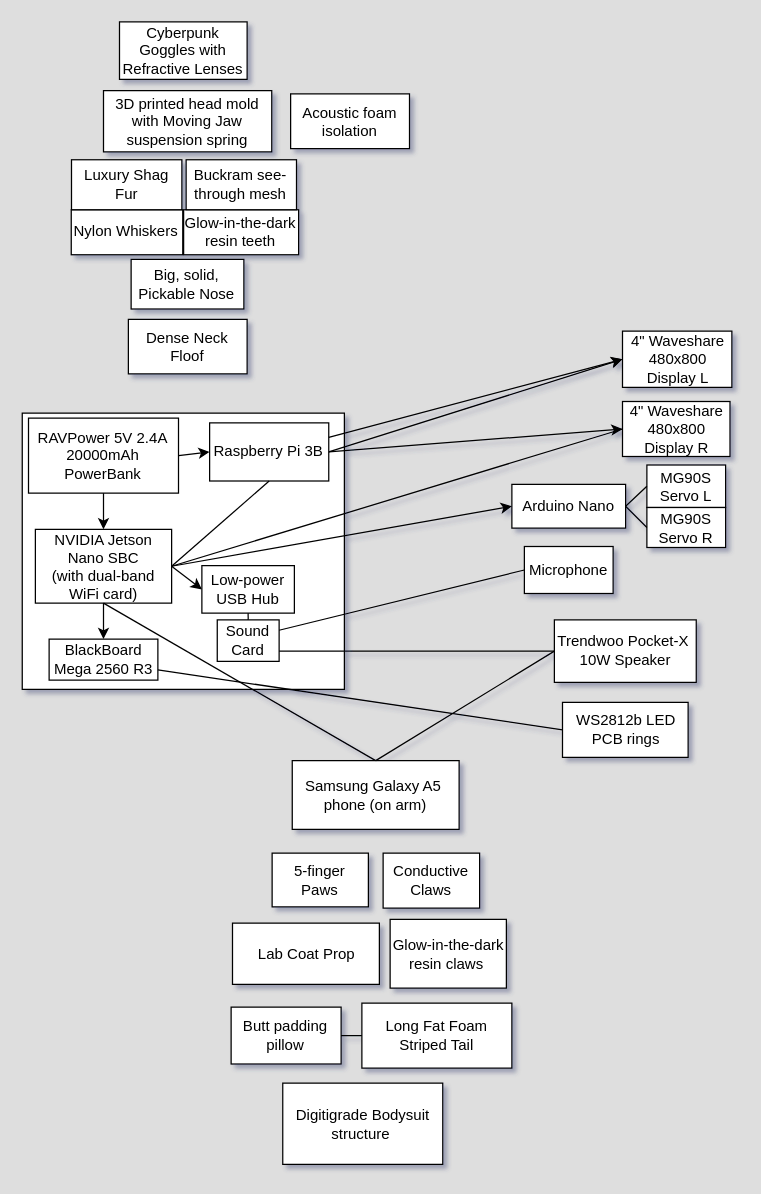
MekhyW/BOSS-Electronic_Fursuit keeps this draw.io diagram as Suit Concept/Basic hardware flowchart.drawio. Above is the earlier version. Source tidied: cells renumbered, new cells numbered last; positions are measured from the earlier drawing's top-left corner, leaving out a move shared by most shapes. Both pictures are drawn from the tidied source at 125%, with x=0, y=0 at pixel (21, 21).
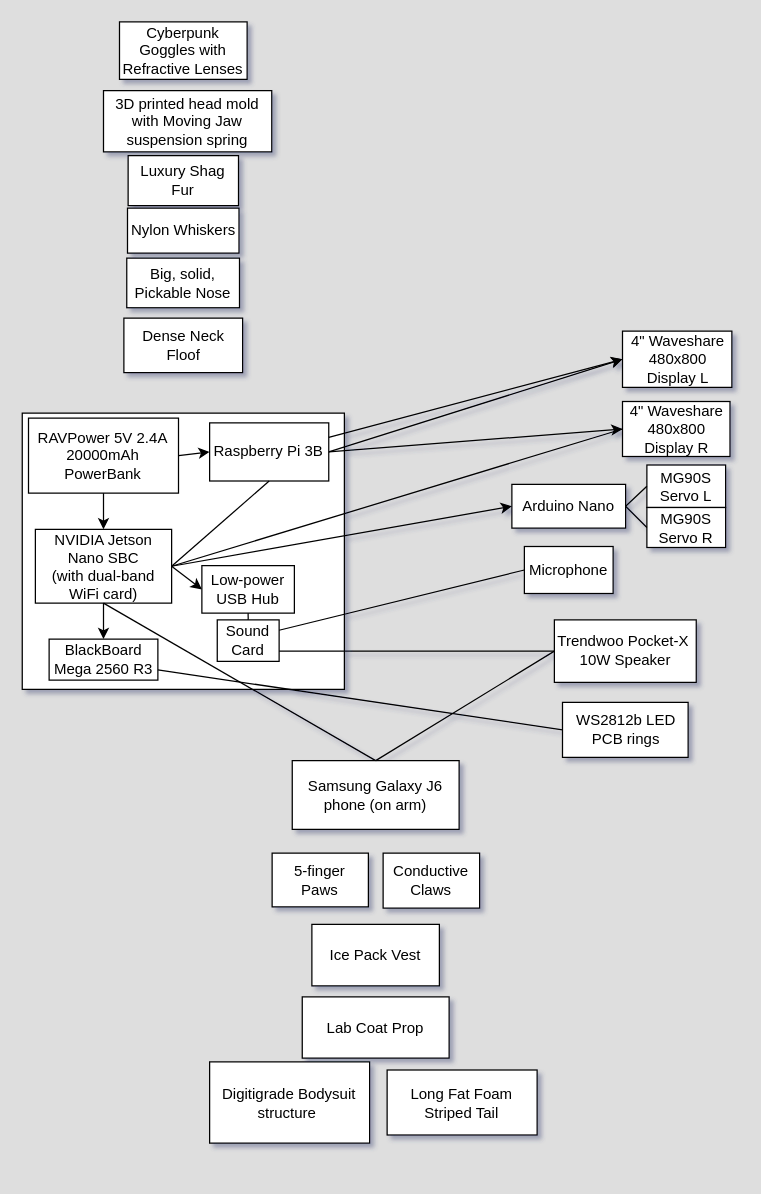
Above is the later version.

Diff of the diagram source:
```diff
@@
     <mxCell id="13" value="Digitigrade Bodysuit structure&amp;nbsp;" style="rounded=0;whiteSpace=wrap;html=1;" parent="1" vertex="1">
-      <mxGeometry x="208.7" y="849" width="128" height="65" as="geometry" />
+      <mxGeometry x="150.2" y="832" width="128" height="65" as="geometry" />
     </mxCell>
     <mxCell id="14" value="Lab Coat Prop" style="rounded=0;whiteSpace=wrap;html=1;" parent="1" vertex="1">
-      <mxGeometry x="168.5" y="721" width="117.5" height="49" as="geometry" />
+      <mxGeometry x="224.3" y="780" width="117.5" height="49" as="geometry" />
     </mxCell>
@@
-    <mxCell id="17" value="Acoustic foam isolation" style="rounded=0;whiteSpace=wrap;html=1;" parent="1" vertex="1">
-      <mxGeometry x="215" y="57.6" width="95.1" height="43.8" as="geometry" />
-    </mxCell>
@@
-    <mxCell id="20" value="Glow-in-the-dark resin claws&amp;nbsp;" style="rounded=0;whiteSpace=wrap;html=1;" parent="1" vertex="1">
-      <mxGeometry x="294.6" y="718" width="93" height="55" as="geometry" />
-    </mxCell>
     <mxCell id="21" value="Nylon Whiskers" style="rounded=0;whiteSpace=wrap;html=1;" parent="1" vertex="1">
-      <mxGeometry x="39.5" y="150.3" width="89.2" height="36" as="geometry" />
+      <mxGeometry x="84.5" y="149" width="89.2" height="36" as="geometry" />
     </mxCell>
     <mxCell id="22" value="Long Fat Foam Striped Tail" style="rounded=0;whiteSpace=wrap;html=1;" parent="1" vertex="1">
-      <mxGeometry x="272" y="785" width="120" height="52" as="geometry" />
+      <mxGeometry x="292.2" y="838.5" width="120" height="52" as="geometry" />
     </mxCell>
@@
     <mxCell id="24" value="Big, solid, Pickable Nose" style="rounded=0;whiteSpace=wrap;html=1;" parent="1" vertex="1">
-      <mxGeometry x="87.4" y="190" width="90.2" height="39.7" as="geometry" />
+      <mxGeometry x="83.9" y="189" width="90.2" height="39.7" as="geometry" />
     </mxCell>
@@
-    <mxCell id="31" value="Glow-in-the-dark resin teeth" style="rounded=0;whiteSpace=wrap;html=1;" parent="1" vertex="1">
-      <mxGeometry x="129.4" y="150.3" width="92" height="36" as="geometry" />
-    </mxCell>
     <mxCell id="32" value="Dense Neck Floof" style="rounded=0;whiteSpace=wrap;html=1;" parent="1" vertex="1">
-      <mxGeometry x="85.2" y="238" width="95" height="43.6" as="geometry" />
+      <mxGeometry x="81.6" y="237" width="95" height="43.6" as="geometry" />
     </mxCell>
-    <mxCell id="33" value="Samsung Galaxy A5&amp;nbsp; phone (on arm)" style="rounded=0;whiteSpace=wrap;html=1;" parent="1" vertex="1">
+    <mxCell id="33" value="Samsung Galaxy J6 phone (on arm)" style="rounded=0;whiteSpace=wrap;html=1;" parent="1" vertex="1">
       <mxGeometry x="216.3" y="591" width="133.5" height="55" as="geometry" />
     </mxCell>
@@
-    <mxCell id="35" value="Butt padding pillow" style="rounded=0;whiteSpace=wrap;html=1;" parent="1" vertex="1">
-      <mxGeometry x="167.4" y="788.2" width="88" height="45.5" as="geometry" />
-    </mxCell>
-    <mxCell id="36" style="endArrow=none;html=1;exitX=1;exitY=0.5;exitDx=0;exitDy=0;entryX=0;entryY=0.5;entryDx=0;entryDy=0;" parent="1" edge="1" source="35" target="22">
-      <mxGeometry relative="1" as="geometry" />
-    </mxCell>
@@
     <mxCell id="48" value="Luxury Shag Fur" style="rounded=0;whiteSpace=wrap;html=1;" parent="1" vertex="1">
-      <mxGeometry x="39.7" y="110.3" width="88.3" height="40" as="geometry" />
+      <mxGeometry x="85" y="107" width="88.3" height="40" as="geometry" />
     </mxCell>
-    <mxCell id="49" value="Buckram see-through mesh" style="rounded=0;whiteSpace=wrap;html=1;" parent="1" vertex="1">
-      <mxGeometry x="131.4" y="110.3" width="88.3" height="40" as="geometry" />
-    </mxCell>
@@
+    <mxCell id="53" value="Ice Pack Vest" style="rounded=0;whiteSpace=wrap;html=1;" parent="1" vertex="1">
+      <mxGeometry x="232" y="722" width="102" height="49.2" as="geometry" />
+    </mxCell>
```
